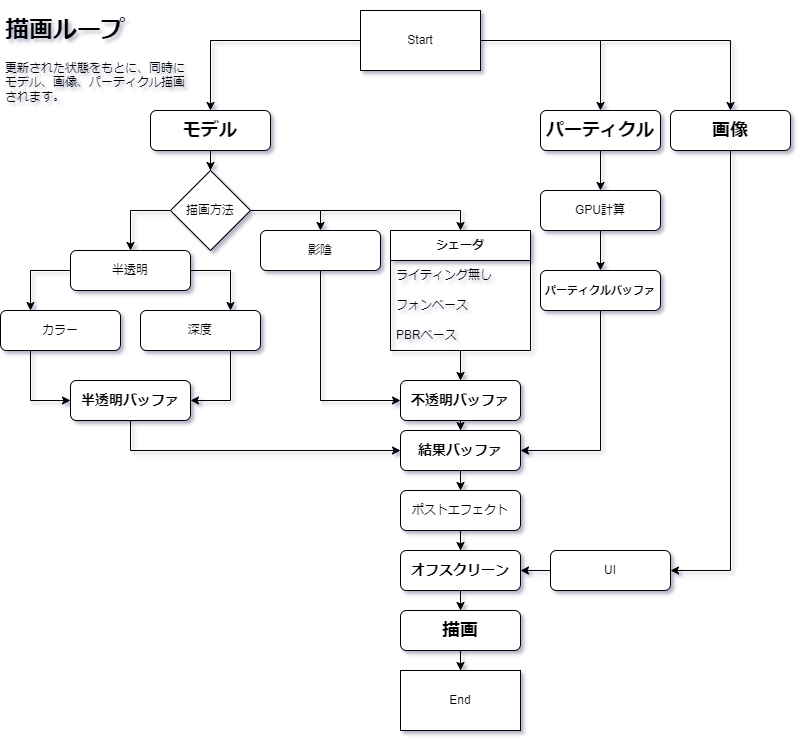
Before: assets/images/Pipeline2.png, a diagram exported from draw.io (YevgeniiDimoglo/Portfolio). Source tidied: cells renumbered, new cells last; positions are measured from the earlier drawing's top-left corner, leaving out a move shared by most shapes.
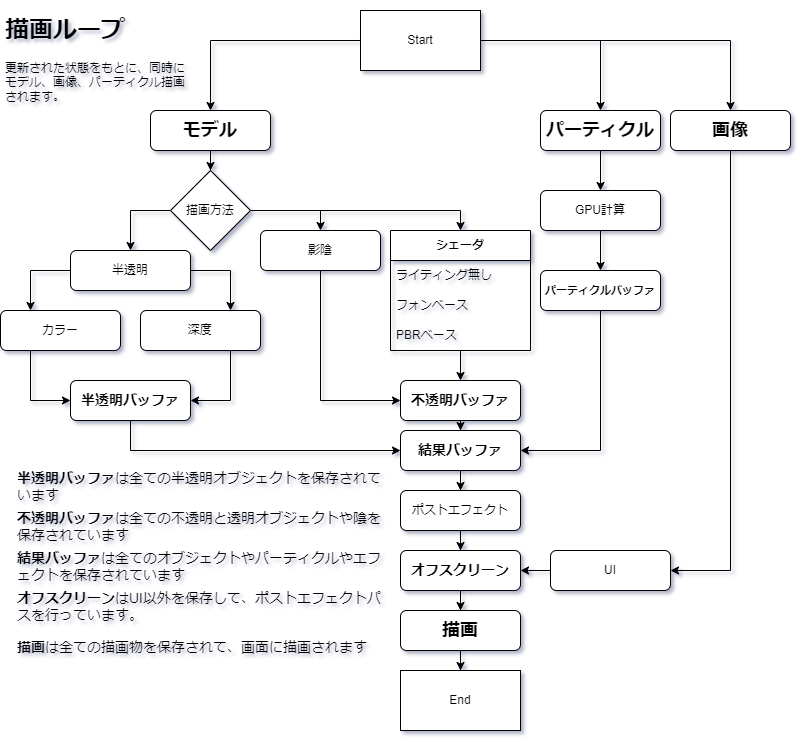
The same diagram one commit later.

Commit message:
Update description for draw loop

What changed in the source:
```diff
@@ -182,5 +182,20 @@
     <mxCell id="49" value="&lt;font style=&quot;font-size: 11px;&quot;&gt;&lt;b&gt;パーティクルバッファ&lt;/b&gt;&lt;/font&gt;" style="rounded=1;whiteSpace=wrap;html=1;fontSize=12;glass=0;strokeWidth=1;shadow=0;" parent="1" vertex="1">
       <mxGeometry x="540" y="260" width="120" height="40" as="geometry" />
     </mxCell>
+    <mxCell id="50" value="&lt;div style=&quot;&quot;&gt;&lt;font style=&quot;font-size: 14px;&quot;&gt;&lt;b style=&quot;&quot;&gt;半透明バッファ&lt;/b&gt;は全ての半透明オブジェクトを保存されています&lt;/font&gt;&lt;/div&gt;&lt;span style=&quot;border-color: var(--border-color);&quot;&gt;&lt;font style=&quot;border-color: var(--border-color); font-size: 14px;&quot;&gt;&lt;b&gt;&amp;nbsp;&lt;/b&gt;&lt;/font&gt;&lt;/span&gt;" style="text;html=1;strokeColor=none;fillColor=none;align=left;verticalAlign=middle;whiteSpace=wrap;rounded=0;" parent="1" vertex="1">
+      <mxGeometry x="15" y="460" width="370" height="50" as="geometry" />
+    </mxCell>
+    <mxCell id="51" value="&lt;div style=&quot;&quot;&gt;&lt;font style=&quot;font-size: 14px;&quot;&gt;&lt;b style=&quot;&quot;&gt;不透明バッファ&lt;/b&gt;は全ての不透明と透明オブジェクトや陰を保存されています&lt;/font&gt;&lt;/div&gt;&lt;span style=&quot;border-color: var(--border-color);&quot;&gt;&lt;font style=&quot;border-color: var(--border-color); font-size: 14px;&quot;&gt;&lt;b&gt;&amp;nbsp;&lt;/b&gt;&lt;/font&gt;&lt;/span&gt;" style="text;html=1;strokeColor=none;fillColor=none;align=left;verticalAlign=middle;whiteSpace=wrap;rounded=0;" parent="1" vertex="1">
+      <mxGeometry x="15" y="500" width="370" height="50" as="geometry" />
+    </mxCell>
+    <mxCell id="52" value="&lt;div style=&quot;&quot;&gt;&lt;font style=&quot;font-size: 14px;&quot;&gt;&lt;b style=&quot;&quot;&gt;結果バッファ&lt;/b&gt;は全てのオブジェクトやパーティクルやエフェクトを保存されています&lt;/font&gt;&lt;/div&gt;&lt;span style=&quot;border-color: var(--border-color);&quot;&gt;&lt;font style=&quot;border-color: var(--border-color); font-size: 14px;&quot;&gt;&lt;b&gt;&amp;nbsp;&lt;/b&gt;&lt;/font&gt;&lt;/span&gt;" style="text;html=1;strokeColor=none;fillColor=none;align=left;verticalAlign=middle;whiteSpace=wrap;rounded=0;" parent="1" vertex="1">
+      <mxGeometry x="15" y="540" width="370" height="50" as="geometry" />
+    </mxCell>
+    <mxCell id="53" value="&lt;div style=&quot;&quot;&gt;&lt;font style=&quot;font-size: 14px;&quot;&gt;&lt;b style=&quot;&quot;&gt;オフスクリーン&lt;/b&gt;はUI以外を保存して、ポストエフェクトパスを行っています。&lt;/font&gt;&lt;/div&gt;&lt;span style=&quot;border-color: var(--border-color);&quot;&gt;&lt;font style=&quot;border-color: var(--border-color); font-size: 14px;&quot;&gt;&lt;b&gt;&amp;nbsp;&lt;/b&gt;&lt;/font&gt;&lt;/span&gt;" style="text;html=1;strokeColor=none;fillColor=none;align=left;verticalAlign=middle;whiteSpace=wrap;rounded=0;" parent="1" vertex="1">
+      <mxGeometry x="15" y="580" width="370" height="50" as="geometry" />
+    </mxCell>
+    <mxCell id="54" value="&lt;div style=&quot;&quot;&gt;&lt;font style=&quot;font-size: 14px;&quot;&gt;&lt;b style=&quot;&quot;&gt;描画&lt;/b&gt;は全ての描画物を保存されて、画面に描画されます&lt;/font&gt;&lt;/div&gt;&lt;span style=&quot;border-color: var(--border-color);&quot;&gt;&lt;font style=&quot;border-color: var(--border-color); font-size: 14px;&quot;&gt;&lt;b&gt;&amp;nbsp;&lt;/b&gt;&lt;/font&gt;&lt;/span&gt;" style="text;html=1;strokeColor=none;fillColor=none;align=left;verticalAlign=middle;whiteSpace=wrap;rounded=0;" parent="1" vertex="1">
+      <mxGeometry x="15" y="620" width="370" height="50" as="geometry" />
+    </mxCell>
   </root>
 </mxGraphModel>
```
